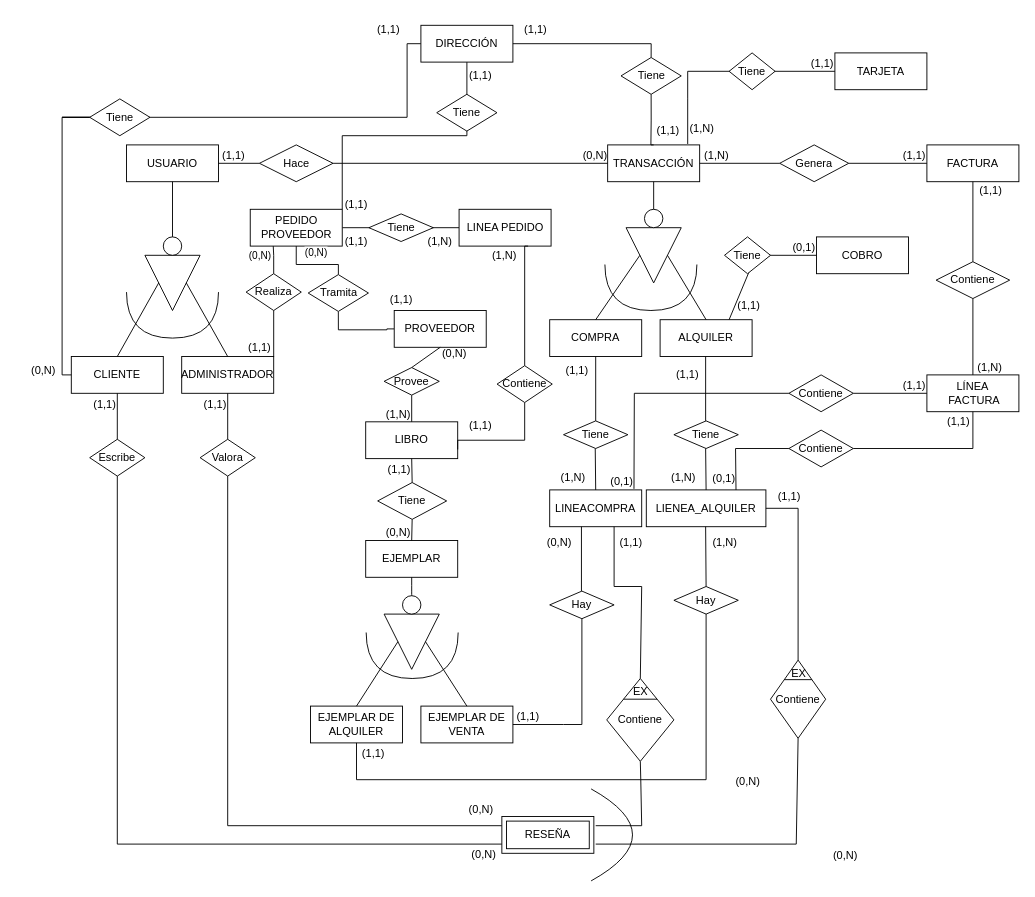
This is Diagrama sin título.drawio from ImAlex28/draw.io, a draw.io file, before an edit. Source tidied: cells renumbered, new cells numbered last; positions are measured from the earlier drawing's top-left corner, leaving out a move shared by most shapes. Both pictures are drawn from the tidied source at 92%, with x=0, y=0 at pixel (16, 16).
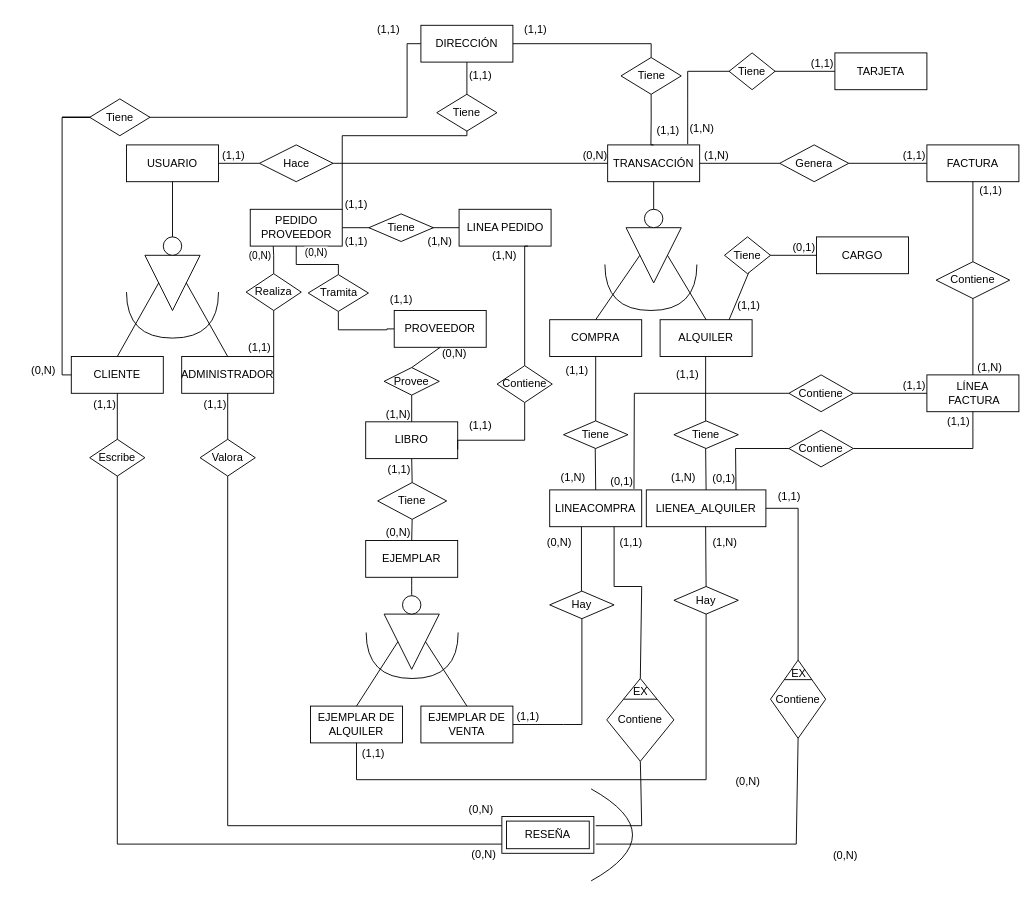
The same diagram, later.

Change to the diagram source:
```diff
@@
-    <mxCell id="158" value="COBRO" style="whiteSpace=wrap;html=1;align=center;" parent="1" vertex="1">
+    <mxCell id="158" value="CARGO" style="whiteSpace=wrap;html=1;align=center;" parent="1" vertex="1">
       <mxGeometry x="870" y="240" width="100" height="40" as="geometry" />
     </mxCell>
```
